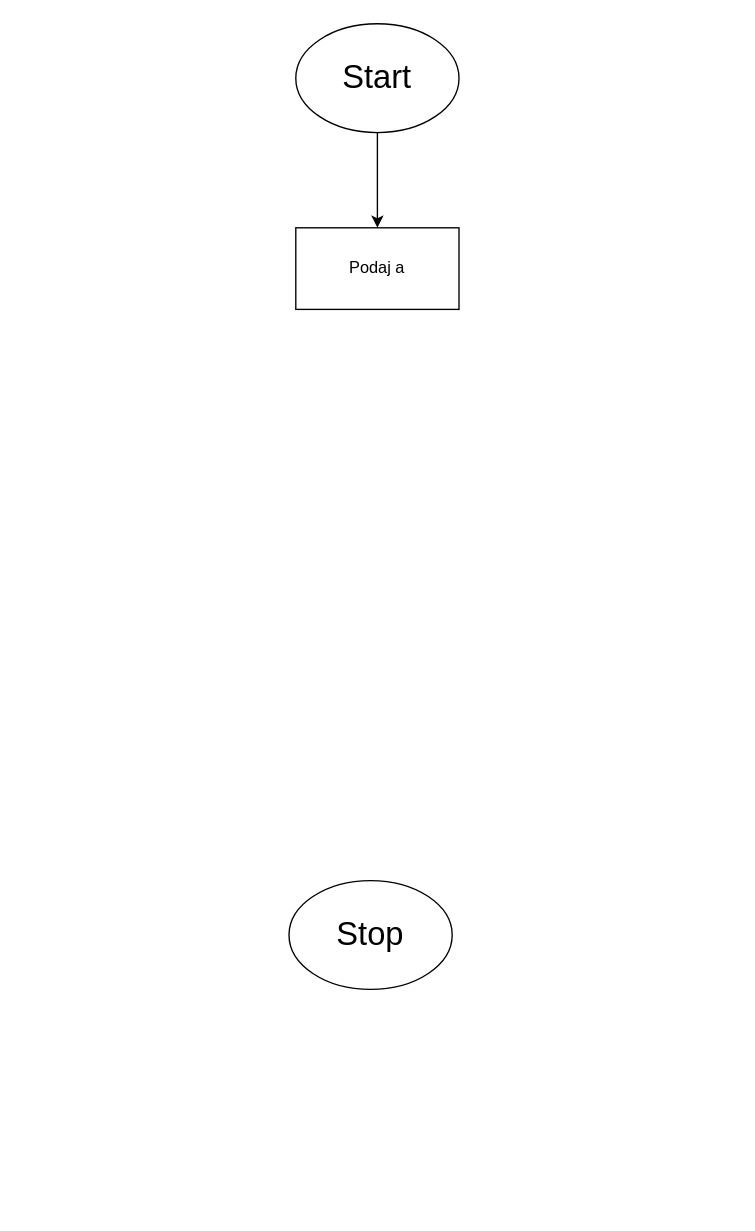
This is Najwiekszy wspolny dzielnik.drawio from Maksor3111/Algorytmy, a draw.io file, before an edit. Source tidied: cells renumbered, new cells numbered last; positions are measured from the earlier drawing's top-left corner, leaving out a move shared by most shapes. Both pictures are drawn from the tidied source at 136%, with x=0, y=0 at pixel (288, 23).
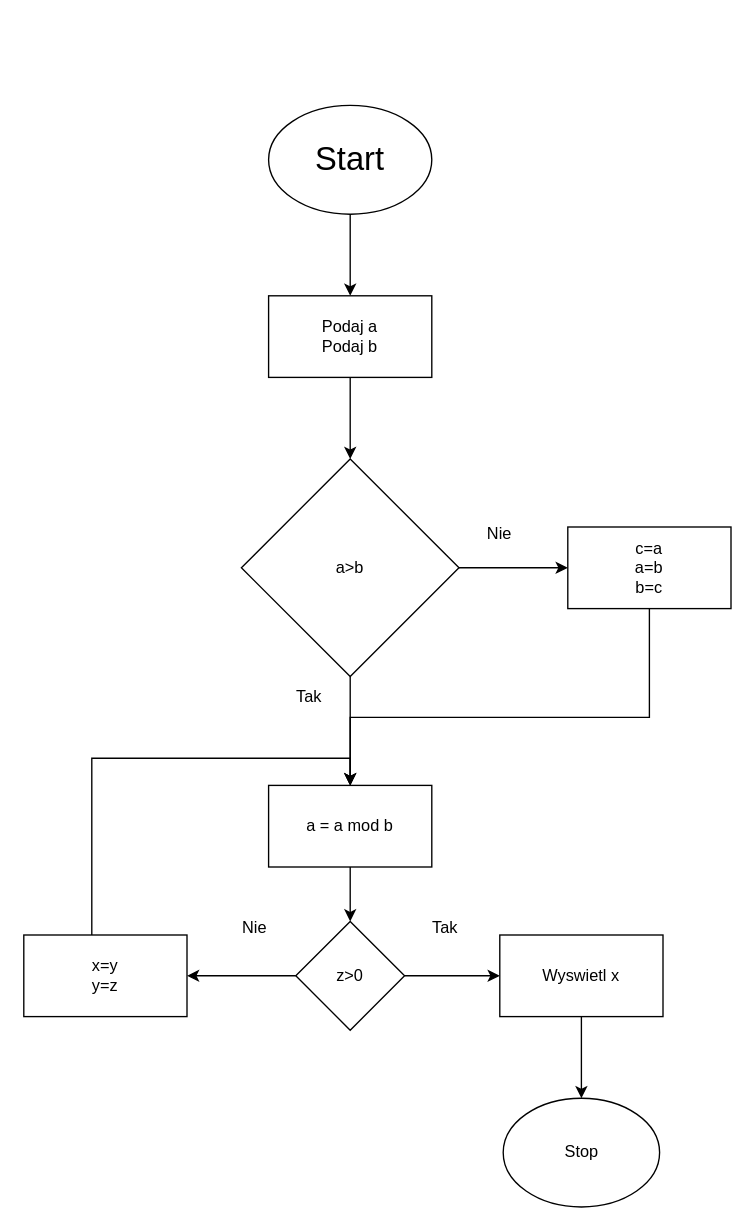
After the change.

Change to the diagram source:
```diff
@@
-    <mxCell id="2" style="edgeStyle=orthogonalEdgeStyle;rounded=0;jettySize=auto;html=1;entryX=0.5;entryY=0;entryDx=0;entryDy=0;" parent="1" edge="1" source="3" target="5">
-      <mxGeometry relative="1" as="geometry" />
-    </mxCell>
+    <mxCell id="6" style="edgeStyle=orthogonalEdgeStyle;rounded=0;jettySize=auto;html=1;entryX=0.5;entryY=0;entryDx=0;entryDy=0;" parent="1" edge="1" source="3" target="8">
+      <mxGeometry relative="1" as="geometry" />
+    </mxCell>
     <mxCell id="3" value="&lt;font style=&quot;font-size: 24px;&quot;&gt;Start&lt;/font&gt;" style="ellipse;whiteSpace=wrap;html=1;" parent="1" vertex="1">
-      <mxGeometry x="5" width="120" height="80" as="geometry" />
+      <mxGeometry x="-15" y="60" width="120" height="80" as="geometry" />
     </mxCell>
+    <mxCell id="7" style="edgeStyle=orthogonalEdgeStyle;rounded=0;jettySize=auto;html=1;entryX=0.5;entryY=0;entryDx=0;entryDy=0;" parent="1" edge="1" source="8" target="11">
+      <mxGeometry relative="1" as="geometry" />
+    </mxCell>
+    <mxCell id="8" value="Podaj a&lt;br&gt;Podaj b" style="rounded=0;whiteSpace=wrap;html=1;" parent="1" vertex="1">
+      <mxGeometry x="-15" y="200" width="120" height="60" as="geometry" />
+    </mxCell>
+    <mxCell id="9" style="edgeStyle=orthogonalEdgeStyle;rounded=0;jettySize=auto;html=1;entryX=0;entryY=0.5;entryDx=0;entryDy=0;" parent="1" edge="1" source="11" target="13">
+      <mxGeometry relative="1" as="geometry" />
+    </mxCell>
+    <mxCell id="10" style="edgeStyle=orthogonalEdgeStyle;rounded=0;jettySize=auto;html=1;entryX=0.5;entryY=0;entryDx=0;entryDy=0;" parent="1" edge="1" source="11" target="17">
+      <mxGeometry relative="1" as="geometry" />
+    </mxCell>
+    <mxCell id="11" value="a&amp;gt;b" style="rhombus;whiteSpace=wrap;html=1;" parent="1" vertex="1">
+      <mxGeometry x="-35" y="320" width="160" height="160" as="geometry" />
+    </mxCell>
+    <mxCell id="12" style="edgeStyle=orthogonalEdgeStyle;rounded=0;jettySize=auto;html=1;entryX=0.5;entryY=0;entryDx=0;entryDy=0;" parent="1" edge="1" source="13" target="17">
+      <mxGeometry relative="1" as="geometry">
+        <Array as="points">
+          <mxPoint x="265" y="510" />
+          <mxPoint x="45" y="510" />
+        </Array>
+      </mxGeometry>
+    </mxCell>
+    <mxCell id="13" value="c=a&lt;br&gt;a=b&lt;br&gt;b=c" style="rounded=0;whiteSpace=wrap;html=1;" parent="1" vertex="1">
+      <mxGeometry x="205" y="370" width="120" height="60" as="geometry" />
+    </mxCell>
+    <mxCell id="14" value="Nie" style="text;html=1;strokeColor=none;fillColor=none;align=center;verticalAlign=middle;whiteSpace=wrap;rounded=0;" parent="1" vertex="1">
+      <mxGeometry x="125" y="360" width="60" height="30" as="geometry" />
+    </mxCell>
+    <mxCell id="15" value="Tak" style="text;html=1;strokeColor=none;fillColor=none;align=center;verticalAlign=middle;whiteSpace=wrap;rounded=0;" parent="1" vertex="1">
+      <mxGeometry x="-15" y="480" width="60" height="30" as="geometry" />
+    </mxCell>
+    <mxCell id="16" style="edgeStyle=orthogonalEdgeStyle;rounded=0;jettySize=auto;html=1;entryX=0.5;entryY=0;entryDx=0;entryDy=0;" parent="1" edge="1" source="17" target="20">
+      <mxGeometry relative="1" as="geometry" />
+    </mxCell>
+    <mxCell id="17" value="a = a mod b" style="rounded=0;whiteSpace=wrap;html=1;" parent="1" vertex="1">
+      <mxGeometry x="-15" y="560" width="120" height="60" as="geometry" />
+    </mxCell>
+    <mxCell id="18" style="edgeStyle=orthogonalEdgeStyle;rounded=0;jettySize=auto;html=1;exitX=0;exitY=0.5;exitDx=0;exitDy=0;entryX=1;entryY=0.5;entryDx=0;entryDy=0;" parent="1" edge="1" source="20" target="24">
+      <mxGeometry relative="1" as="geometry" />
+    </mxCell>
+    <mxCell id="19" style="edgeStyle=orthogonalEdgeStyle;rounded=0;jettySize=auto;html=1;entryX=0;entryY=0.5;entryDx=0;entryDy=0;" parent="1" edge="1" source="20" target="26">
+      <mxGeometry relative="1" as="geometry" />
+    </mxCell>
+    <mxCell id="20" value="z&amp;gt;0" style="rhombus;whiteSpace=wrap;html=1;" parent="1" vertex="1">
+      <mxGeometry x="5" y="660" width="80" height="80" as="geometry" />
+    </mxCell>
+    <mxCell id="21" value="Tak" style="text;html=1;strokeColor=none;fillColor=none;align=center;verticalAlign=middle;whiteSpace=wrap;rounded=0;" parent="1" vertex="1">
+      <mxGeometry x="85" y="650" width="60" height="30" as="geometry" />
+    </mxCell>
+    <mxCell id="22" value="Nie" style="text;html=1;strokeColor=none;fillColor=none;align=center;verticalAlign=middle;whiteSpace=wrap;rounded=0;" parent="1" vertex="1">
+      <mxGeometry x="-55" y="650" width="60" height="30" as="geometry" />
+    </mxCell>
+    <mxCell id="23" style="edgeStyle=orthogonalEdgeStyle;rounded=0;jettySize=auto;html=1;entryX=0.5;entryY=0;entryDx=0;entryDy=0;" parent="1" edge="1" source="24" target="17">
+      <mxGeometry relative="1" as="geometry">
+        <Array as="points">
+          <mxPoint x="-145" y="540" />
+          <mxPoint x="45" y="540" />
+        </Array>
+      </mxGeometry>
+    </mxCell>
+    <mxCell id="24" value="x=y&lt;br&gt;y=z" style="rounded=0;whiteSpace=wrap;html=1;" parent="1" vertex="1">
+      <mxGeometry x="-195" y="670" width="120" height="60" as="geometry" />
+    </mxCell>
+    <mxCell id="25" style="edgeStyle=orthogonalEdgeStyle;rounded=0;jettySize=auto;html=1;entryX=0.5;entryY=0;entryDx=0;entryDy=0;" parent="1" edge="1" source="26" target="4">
+      <mxGeometry relative="1" as="geometry" />
+    </mxCell>
+    <mxCell id="26" value="Wyswietl x" style="rounded=0;whiteSpace=wrap;html=1;" parent="1" vertex="1">
+      <mxGeometry x="155" y="670" width="120" height="60" as="geometry" />
+    </mxCell>
-    <mxCell id="4" value="&lt;font style=&quot;font-size: 24px;&quot;&gt;Stop&lt;/font&gt;" style="ellipse;whiteSpace=wrap;html=1;" parent="1" vertex="1">
-      <mxGeometry y="630" width="120" height="80" as="geometry" />
+    <mxCell id="4" value="Stop" style="ellipse;whiteSpace=wrap;html=1;" parent="1" vertex="1">
+      <mxGeometry x="157.5" y="790" width="115" height="80" as="geometry" />
     </mxCell>
-    <mxCell id="5" value="Podaj a" style="rounded=0;whiteSpace=wrap;html=1;" parent="1" vertex="1">
-      <mxGeometry x="5" y="150" width="120" height="60" as="geometry" />
-    </mxCell>
```
